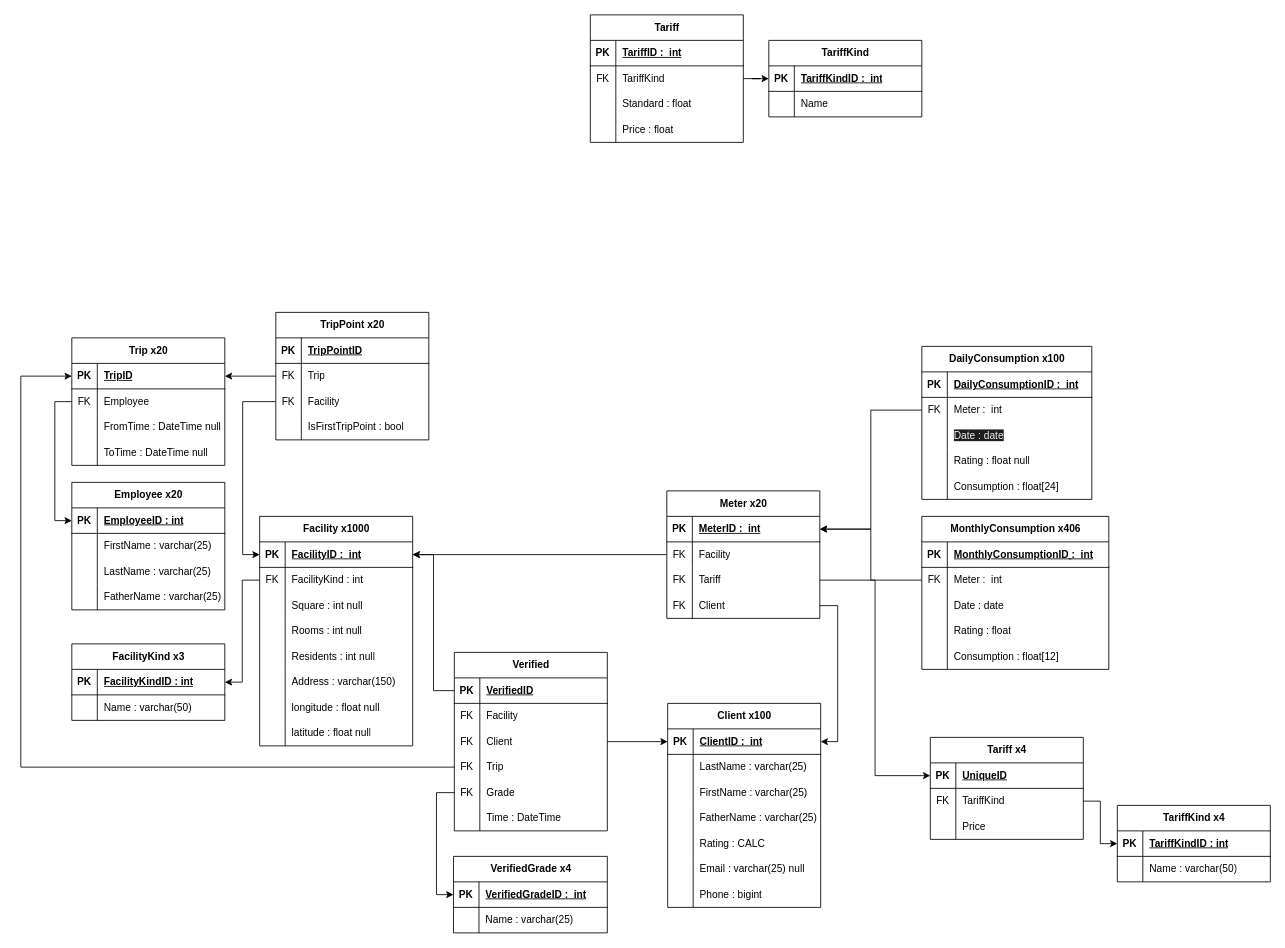
Earlier version of the draw.io diagram src/db/diagrams/FairWatt.drawio (DrSa1fer/FairWatt). Source tidied: cells renumbered, new cells numbered last; positions are measured from the earlier drawing's top-left corner, leaving out a move shared by most shapes. Both pictures are drawn from the tidied source at 85%, with x=0, y=0 at pixel (20, 14).
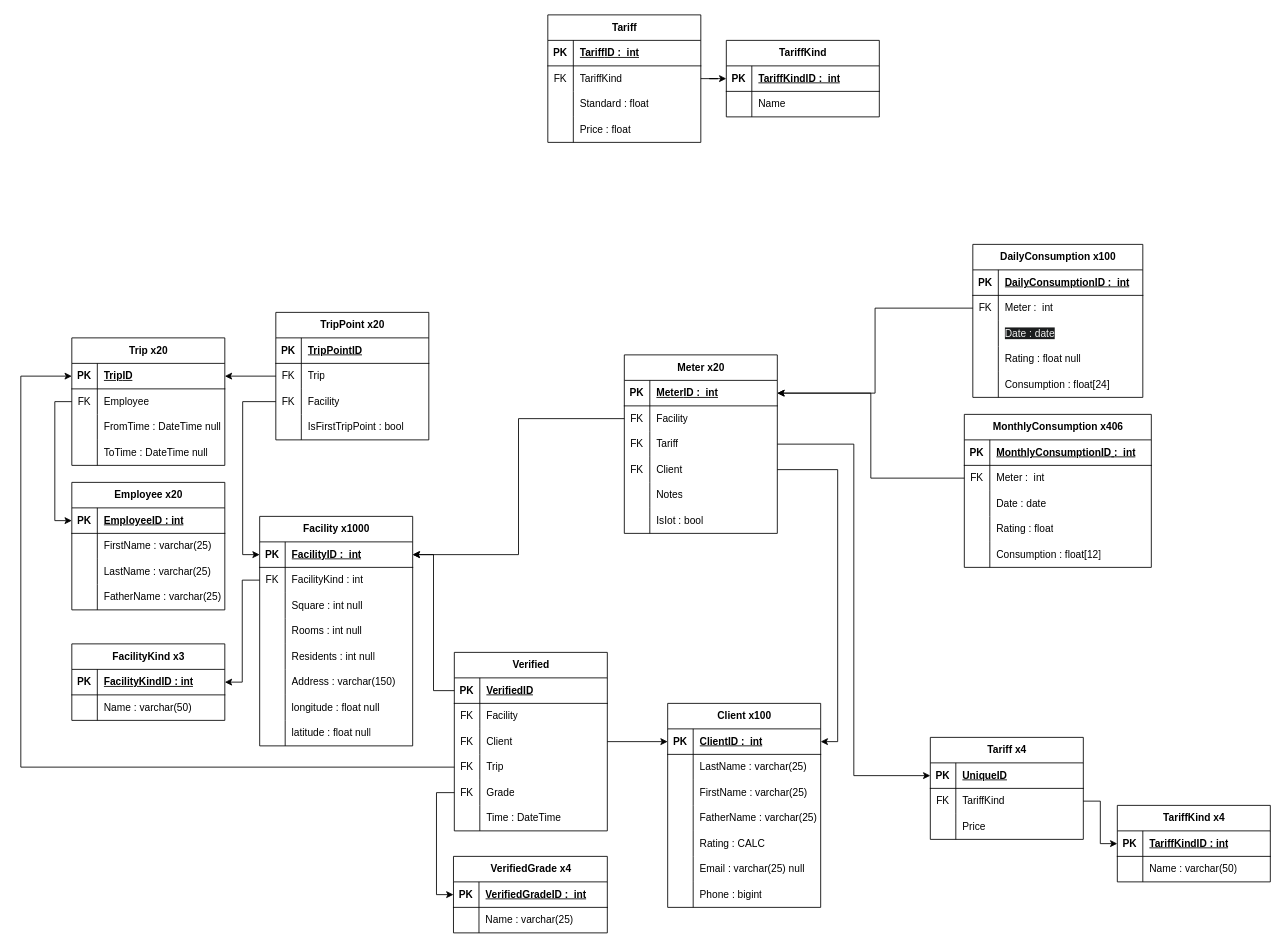
After the change.

Change to the diagram source:
```diff
@@
     <mxCell id="49" value="&lt;span style=&quot;background-color: initial;&quot;&gt;Meter x20&lt;/span&gt;" style="shape=table;startSize=30;childLayout=tableLayout;rowLines=0;fontStyle=1;align=center;html=1;" parent="1" vertex="1">
-      <mxGeometry x="760" y="560" width="180" height="150" as="geometry" />
+      <mxGeometry x="710" y="400" width="180" height="210" as="geometry" />
     </mxCell>
@@
+    <mxCell id="218" style="shape=tableRow;horizontal=0;startSize=0;swimlaneHead=0;swimlaneBody=0;fillColor=none;top=0;left=0;right=0;bottom=0;" parent="49" vertex="1">
+      <mxGeometry y="150" width="180" height="30" as="geometry" />
+    </mxCell>
+    <mxCell id="219" style="shape=partialRectangle;fillColor=none;top=0;left=0;bottom=0;right=0;overflow=hidden;whiteSpace=wrap;html=1;" parent="218" vertex="1">
+      <mxGeometry width="30" height="30" as="geometry" />
+    </mxCell>
+    <mxCell id="220" value="Notes" style="shape=partialRectangle;fillColor=none;top=0;left=0;bottom=0;right=0;align=left;spacingLeft=6;overflow=hidden;whiteSpace=wrap;html=1;" parent="218" vertex="1">
+      <mxGeometry x="30" width="150" height="30" as="geometry" />
+    </mxCell>
+    <mxCell id="221" style="shape=tableRow;horizontal=0;startSize=0;swimlaneHead=0;swimlaneBody=0;fillColor=none;top=0;left=0;right=0;bottom=0;" parent="49" vertex="1">
+      <mxGeometry y="180" width="180" height="30" as="geometry" />
+    </mxCell>
+    <mxCell id="222" style="shape=partialRectangle;fillColor=none;top=0;left=0;bottom=0;right=0;overflow=hidden;whiteSpace=wrap;html=1;" parent="221" vertex="1">
+      <mxGeometry width="30" height="30" as="geometry" />
+    </mxCell>
+    <mxCell id="223" value="IsIot : bool" style="shape=partialRectangle;fillColor=none;top=0;left=0;bottom=0;right=0;align=left;spacingLeft=6;overflow=hidden;whiteSpace=wrap;html=1;" parent="221" vertex="1">
+      <mxGeometry x="30" width="150" height="30" as="geometry" />
+    </mxCell>
@@
     <mxCell id="71" value="TariffKind" style="shape=table;startSize=30;childLayout=tableLayout;rowLines=0;fontStyle=1;align=center;html=1;" parent="1" vertex="1">
-      <mxGeometry x="880" y="30" width="180" height="90" as="geometry" />
+      <mxGeometry x="830" y="30" width="180" height="90" as="geometry" />
     </mxCell>
@@
     <mxCell id="78" value="Tariff" style="shape=table;startSize=30;childLayout=tableLayout;rowLines=0;fontStyle=1;align=center;html=1;" parent="1" vertex="1">
-      <mxGeometry x="670" width="180" height="150" as="geometry" />
+      <mxGeometry x="620" width="180" height="150" as="geometry" />
     </mxCell>
@@
     <mxCell id="151" value="DailyConsumption x100" style="shape=table;startSize=30;childLayout=tableLayout;rowLines=0;fontStyle=1;align=center;html=1;" parent="1" vertex="1">
-      <mxGeometry x="1060" y="390" width="200" height="180" as="geometry" />
+      <mxGeometry x="1120" y="270" width="200" height="180" as="geometry" />
     </mxCell>
@@
     <mxCell id="168" value="MonthlyConsumption x406" style="shape=table;startSize=30;childLayout=tableLayout;rowLines=0;fontStyle=1;align=center;html=1;" parent="1" vertex="1">
-      <mxGeometry x="1060" y="590" width="220" height="180" as="geometry" />
+      <mxGeometry x="1110" y="470" width="220" height="180" as="geometry" />
     </mxCell>
```
